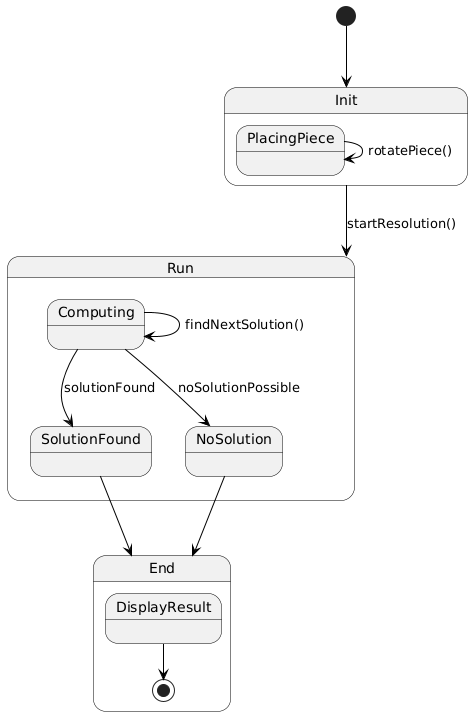
Before: img/diagtransitions.png, a diagram exported from PlantUML (ChaelPix/iq-solver-pro-ai-resolver).
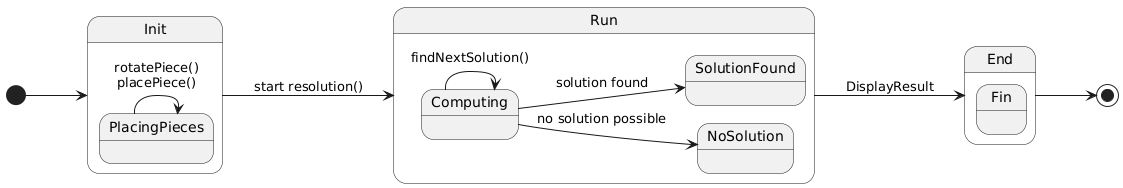
Above is the later version.

Commit message:
Fix formatting in interface display and update UML diagrams with state transitions

Change to the diagram source:
```diff
@@ -1,28 +1,31 @@
 @startuml
-skinparam state {
+left to right direction
 
-    BorderColor Black
-    ArrowColor Black
+[*] --> Init
+
+state Init {
+    state "PlacingPieces" as Placing
+    Placing --> Placing : rotatePiece()\nplacePiece()
 }
 
-[*] -down-> Init
+Init --> Run : start resolution()
 
-state Init {
-    PlacingPiece -right-> PlacingPiece : rotatePiece()
+state Run {
+    state "Computing" as Comp
+    Comp --> Comp : findNextSolution()
+
+    Comp -down-> SolutionFound : solution found
+    Comp -down-> NoSolution : no solution possible
+
+    state "SolutionFound" as SolutionFound
+    state "NoSolution" as NoSolution
 }
 
-Init -down-> Run : startResolution()
+Run --> End : DisplayResult
 
-state Run {
-    Computing -right-> Computing : findNextSolution()
-    Computing -down-> SolutionFound : solutionFound
-    Computing -down-> NoSolution : noSolutionPossible
+state End {
+    state Fin
 }
 
-SolutionFound -down-> End
-NoSolution -down-> End
-
-state End {
-    DisplayResult -down-> [*]
-}
+End --> [*]
 @enduml
```
